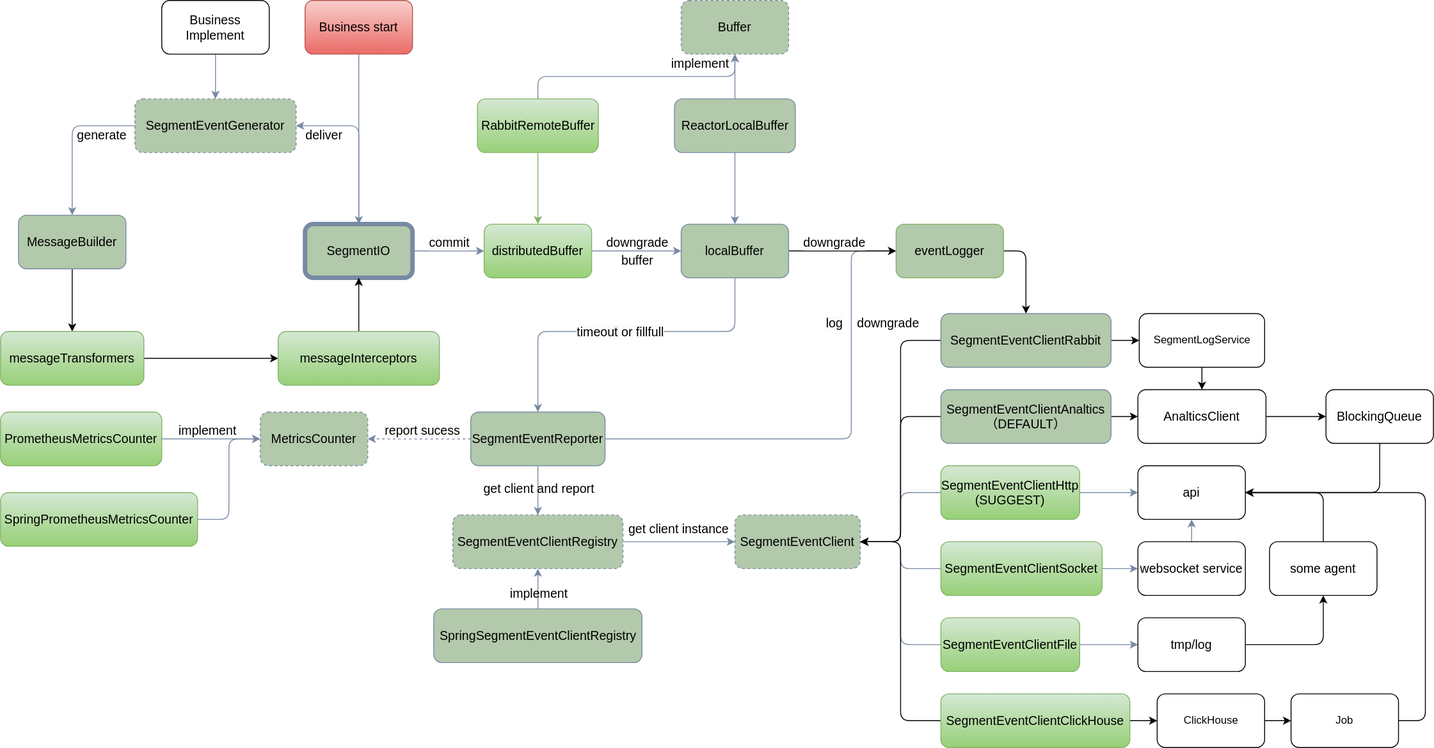
The draw.io diagram assets/SegmentEvent-V2.drawio.svg in sheldon-pacvue/segmenet-event, before a commit. Source tidied: cells renumbered, new cells last; positions are measured from the earlier drawing's top-left corner, leaving out a move shared by most shapes.
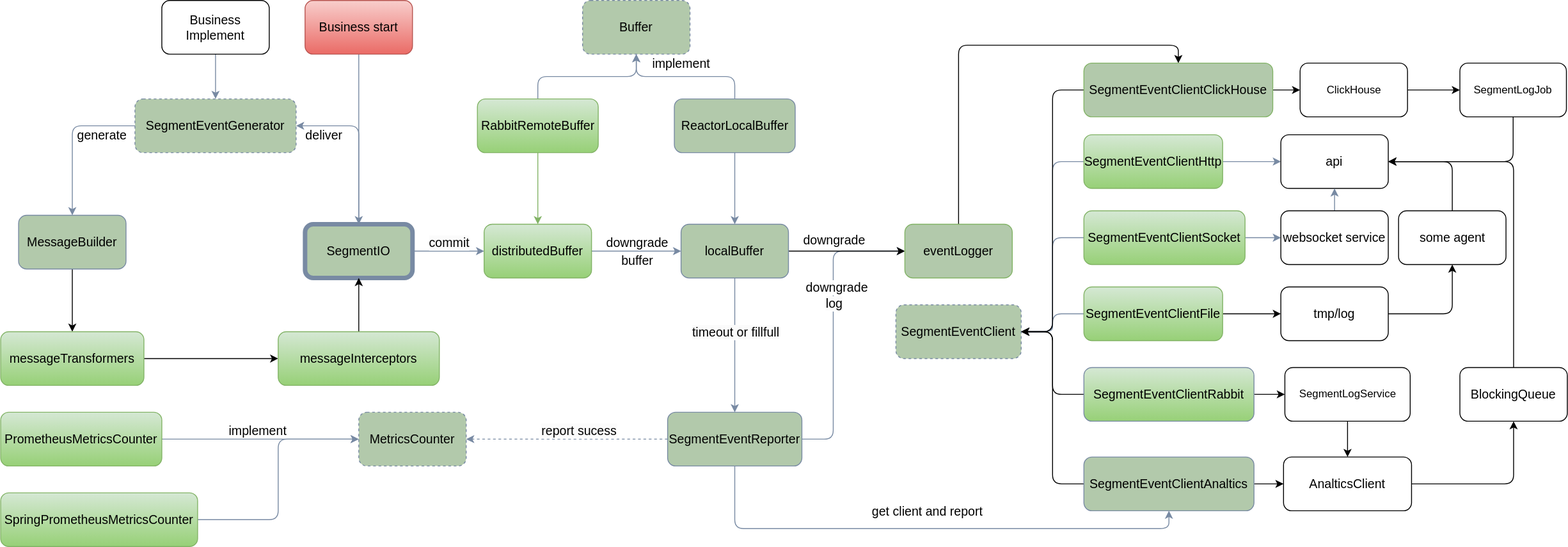
After the commit.

The edit, as a diff of the source:
```diff
@@ -31,4 +31,4 @@
         <Array as="points">
-          <mxPoint x="950" y="490" />
-          <mxPoint x="950" y="280" />
+          <mxPoint x="930" y="490" />
+          <mxPoint x="930" y="280" />
         </Array>
@@ -38,3 +38,3 @@
       <mxGeometry x="-0.47" y="2" relative="1" as="geometry">
-        <mxPoint x="114" y="-128" as="offset" />
+        <mxPoint x="2" y="-102" as="offset" />
       </mxGeometry>
@@ -43,14 +43,12 @@
       <mxGeometry x="-0.11" y="-4" relative="1" as="geometry">
-        <mxPoint x="78" y="-134" as="offset" />
+        <mxPoint x="-4" y="-114" as="offset" />
       </mxGeometry>
     </mxCell>
-    <mxCell id="11" style="edgeStyle=elbowEdgeStyle;rounded=1;jettySize=auto;html=1;entryX=0.5;entryY=0;entryDx=0;entryDy=0;elbow=vertical;labelBackgroundColor=none;strokeColor=#788AA3;fontColor=#000000;fontSize=14;" parent="1" edge="1" source="33" target="29">
-      <mxGeometry relative="1" as="geometry">
-        <Array as="points">
-          <mxPoint x="710" y="370" />
-        </Array>
-      </mxGeometry>
+    <mxCell id="11" style="edgeStyle=elbowEdgeStyle;rounded=1;jettySize=auto;html=1;entryX=0.5;entryY=0;entryDx=0;entryDy=0;elbow=vertical;labelBackgroundColor=none;strokeColor=#788AA3;fontColor=#000000;fontSize=14;exitX=0.5;exitY=1;exitDx=0;exitDy=0;" parent="1" edge="1" source="33" target="29">
+      <mxGeometry relative="1" as="geometry" />
     </mxCell>
     <mxCell id="12" value="&lt;span style=&quot;background-color: rgb(251, 251, 251);&quot;&gt;timeout or fillfull&lt;/span&gt;" style="edgeLabel;html=1;align=center;verticalAlign=middle;fontSize=14;fontColor=#000000;rounded=1;" parent="11" vertex="1">
-      <mxGeometry x="0.02" relative="1" as="geometry" />
+      <mxGeometry x="0.02" relative="1" as="geometry">
+        <mxPoint y="-17" as="offset" />
+      </mxGeometry>
     </mxCell>
@@ -102,5 +100,5 @@
     <mxCell id="26" value="Buffer" style="rounded=1;whiteSpace=wrap;html=1;strokeColor=#788AA3;fillColor=#B2C9AB;dashed=1;labelBackgroundColor=none;fontSize=14;fontColor=#000000;" parent="1" vertex="1">
-      <mxGeometry x="760" width="120" height="60" as="geometry" />
+      <mxGeometry x="650" width="120" height="60" as="geometry" />
     </mxCell>
-    <mxCell id="27" style="edgeStyle=orthogonalEdgeStyle;rounded=1;jettySize=auto;html=1;exitX=0.5;exitY=1;exitDx=0;exitDy=0;strokeColor=#788AA3;fontColor=#000000;fillColor=#B2C9AB;labelBackgroundColor=none;fontSize=14;" parent="1" edge="1" source="29" target="38">
+    <mxCell id="27" style="edgeStyle=orthogonalEdgeStyle;rounded=1;jettySize=auto;html=1;exitX=0.5;exitY=1;exitDx=0;exitDy=0;strokeColor=#788AA3;fontColor=#000000;fillColor=#B2C9AB;labelBackgroundColor=none;fontSize=14;entryX=0.5;entryY=1;entryDx=0;entryDy=0;" parent="1" edge="1" source="29" target="76">
       <mxGeometry relative="1" as="geometry" />
@@ -108,6 +106,8 @@
     <mxCell id="28" value="get client and report" style="edgeLabel;html=1;align=center;verticalAlign=middle;fontSize=14;rounded=1;labelBackgroundColor=none;fontColor=#000000;" parent="27" vertex="1">
-      <mxGeometry x="-0.09" relative="1" as="geometry" />
+      <mxGeometry x="-0.09" relative="1" as="geometry">
+        <mxPoint x="23" y="-20" as="offset" />
+      </mxGeometry>
     </mxCell>
     <mxCell id="29" value="SegmentEventReporter" style="rounded=1;whiteSpace=wrap;html=1;strokeColor=#788AA3;fillColor=#B2C9AB;labelBackgroundColor=none;fontSize=14;fontColor=#000000;" parent="1" vertex="1">
-      <mxGeometry x="525" y="460" width="150" height="60" as="geometry" />
+      <mxGeometry x="745" y="460" width="150" height="60" as="geometry" />
     </mxCell>
@@ -121,3 +121,3 @@
       <mxGeometry x="-0.26" relative="1" as="geometry">
-        <mxPoint x="5" y="-10" as="offset" />
+        <mxPoint x="5" y="40" as="offset" />
       </mxGeometry>
@@ -127,24 +127,4 @@
     </mxCell>
-    <mxCell id="34" style="edgeStyle=orthogonalEdgeStyle;rounded=1;jettySize=auto;html=1;strokeColor=#788AA3;fontColor=#000000;fillColor=#B2C9AB;entryX=0;entryY=0.5;entryDx=0;entryDy=0;labelBackgroundColor=none;fontSize=14;" parent="1" edge="1" source="38" target="40">
-      <mxGeometry relative="1" as="geometry" />
-    </mxCell>
-    <mxCell id="35" value="get client instance" style="edgeLabel;html=1;align=center;verticalAlign=middle;fontSize=14;rounded=1;labelBackgroundColor=none;fontColor=#000000;" parent="34" vertex="1">
-      <mxGeometry x="-0.42" y="-2" relative="1" as="geometry">
-        <mxPoint x="25" y="-17" as="offset" />
-      </mxGeometry>
-    </mxCell>
-    <mxCell id="36" style="edgeStyle=orthogonalEdgeStyle;rounded=1;jettySize=auto;html=1;entryX=0.5;entryY=1;entryDx=0;entryDy=0;strokeColor=#788AA3;fontColor=#000000;fillColor=#B2C9AB;labelBackgroundColor=none;fontSize=14;" parent="1" edge="1" source="39" target="38">
-      <mxGeometry relative="1" as="geometry" />
-    </mxCell>
-    <mxCell id="37" value="implement" style="edgeLabel;html=1;align=center;verticalAlign=middle;fontSize=14;rounded=1;labelBackgroundColor=none;fontColor=#000000;" parent="36" vertex="1">
-      <mxGeometry x="-0.2" relative="1" as="geometry" />
-    </mxCell>
-    <mxCell id="38" value="SegmentEventClientRegistry" style="rounded=1;whiteSpace=wrap;html=1;strokeColor=#788AA3;fillColor=#B2C9AB;dashed=1;labelBackgroundColor=none;fontSize=14;fontColor=#000000;" parent="1" vertex="1">
-      <mxGeometry x="505" y="575" width="190" height="60" as="geometry" />
-    </mxCell>
-    <mxCell id="39" value="SpringSegmentEventClientRegistry" style="rounded=1;whiteSpace=wrap;html=1;strokeColor=#788AA3;fillColor=#B2C9AB;labelBackgroundColor=none;fontSize=14;fontColor=#000000;" parent="1" vertex="1">
-      <mxGeometry x="483.8" y="680" width="232.5" height="60" as="geometry" />
-    </mxCell>
     <mxCell id="40" value="SegmentEventClient" style="rounded=1;whiteSpace=wrap;html=1;strokeColor=#788AA3;fillColor=#B2C9AB;dashed=1;labelBackgroundColor=none;fontSize=14;fontColor=#000000;" parent="1" vertex="1">
-      <mxGeometry x="820" y="575" width="140" height="60" as="geometry" />
+      <mxGeometry x="1000" y="340" width="140" height="60" as="geometry" />
     </mxCell>
@@ -156,7 +136,7 @@
     </mxCell>
-    <mxCell id="43" value="SegmentEventClientHttp&lt;br&gt;(SUGGEST)" style="rounded=1;whiteSpace=wrap;html=1;strokeColor=#82b366;fillColor=#d5e8d4;labelBackgroundColor=none;fontSize=14;gradientColor=#97d077;" parent="1" vertex="1">
-      <mxGeometry x="1050" y="520" width="155" height="60" as="geometry" />
+    <mxCell id="43" value="SegmentEventClientHttp" style="rounded=1;whiteSpace=wrap;html=1;strokeColor=#82b366;fillColor=#d5e8d4;labelBackgroundColor=none;fontSize=14;gradientColor=#97d077;" parent="1" vertex="1">
+      <mxGeometry x="1210" y="150" width="155" height="60" as="geometry" />
     </mxCell>
     <mxCell id="44" value="MetricsCounter" style="rounded=1;whiteSpace=wrap;html=1;strokeColor=#788AA3;fillColor=#B2C9AB;labelBackgroundColor=none;fontSize=14;dashed=1;fontColor=#000000;" parent="1" vertex="1">
-      <mxGeometry x="290" y="460" width="120" height="60" as="geometry" />
+      <mxGeometry x="400" y="460" width="120" height="60" as="geometry" />
     </mxCell>
@@ -168,3 +148,3 @@
     </mxCell>
-    <mxCell id="47" style="edgeStyle=orthogonalEdgeStyle;rounded=1;jettySize=auto;html=1;exitX=1;exitY=0.5;exitDx=0;exitDy=0;strokeColor=#788AA3;fontColor=#000000;fillColor=#B2C9AB;labelBackgroundColor=none;fontSize=14;" parent="1" edge="1" source="48" target="50">
+    <mxCell id="47" style="edgeStyle=orthogonalEdgeStyle;rounded=0;jettySize=auto;html=1;exitX=1;exitY=0.5;exitDx=0;exitDy=0;" parent="1" edge="1" source="48" target="50">
       <mxGeometry relative="1" as="geometry" />
@@ -172,3 +152,3 @@
     <mxCell id="48" value="SegmentEventClientFile" style="rounded=1;whiteSpace=wrap;html=1;strokeColor=#82b366;fillColor=#d5e8d4;labelBackgroundColor=none;fontSize=14;gradientColor=#97d077;" parent="1" vertex="1">
-      <mxGeometry x="1050" y="690" width="155" height="60" as="geometry" />
+      <mxGeometry x="1210" y="320" width="155" height="60" as="geometry" />
     </mxCell>
@@ -178,6 +158,6 @@
     <mxCell id="50" value="tmp/log" style="rounded=1;whiteSpace=wrap;html=1;labelBackgroundColor=none;fontSize=14;fillColor=none;" parent="1" vertex="1">
-      <mxGeometry x="1270" y="690" width="120" height="60" as="geometry" />
+      <mxGeometry x="1430" y="320" width="120" height="60" as="geometry" />
     </mxCell>
     <mxCell id="51" value="api" style="rounded=1;whiteSpace=wrap;html=1;labelBackgroundColor=none;fontSize=14;fillColor=none;" parent="1" vertex="1">
-      <mxGeometry x="1270" y="520" width="120" height="60" as="geometry" />
+      <mxGeometry x="1430" y="150" width="120" height="60" as="geometry" />
     </mxCell>
@@ -187,3 +167,3 @@
     <mxCell id="53" value="SegmentEventClientSocket" style="rounded=1;whiteSpace=wrap;html=1;strokeColor=#82b366;fillColor=#d5e8d4;labelBackgroundColor=none;fontSize=14;gradientColor=#97d077;" parent="1" vertex="1">
-      <mxGeometry x="1050" y="605" width="180" height="60" as="geometry" />
+      <mxGeometry x="1210" y="235" width="180" height="60" as="geometry" />
     </mxCell>
@@ -197,3 +177,3 @@
       <mxGeometry x="0.31" relative="1" as="geometry">
-        <mxPoint x="29" y="-15" as="offset" />
+        <mxPoint x="80" y="-15" as="offset" />
       </mxGeometry>
@@ -232,3 +212,3 @@
     </mxCell>
-    <mxCell id="67" style="edgeStyle=orthogonalEdgeStyle;rounded=1;jettySize=auto;html=1;exitX=1;exitY=0.5;exitDx=0;exitDy=0;" parent="1" edge="1" source="68" target="88">
+    <mxCell id="67" style="edgeStyle=orthogonalEdgeStyle;rounded=1;jettySize=auto;html=1;exitX=0.5;exitY=0;exitDx=0;exitDy=0;entryX=0.5;entryY=0;entryDx=0;entryDy=0;" parent="1" edge="1" source="68" target="91">
       <mxGeometry relative="1" as="geometry" />
@@ -236,3 +216,3 @@
     <mxCell id="68" value="eventLogger" style="rounded=1;whiteSpace=wrap;html=1;strokeColor=#82b366;fillColor=#B2C9AB;labelBackgroundColor=none;fontSize=14;gradientColor=none;" parent="1" vertex="1">
-      <mxGeometry x="1000" y="250" width="120" height="60" as="geometry" />
+      <mxGeometry x="1010" y="250" width="120" height="60" as="geometry" />
     </mxCell>
@@ -242,3 +222,3 @@
     <mxCell id="70" value="websocket service" style="rounded=1;whiteSpace=wrap;html=1;fontSize=14;labelBackgroundColor=none;fillColor=none;" parent="1" vertex="1">
-      <mxGeometry x="1270" y="605" width="120" height="60" as="geometry" />
+      <mxGeometry x="1430" y="235" width="120" height="60" as="geometry" />
     </mxCell>
@@ -253,3 +233,3 @@
     <mxCell id="73" value="some agent" style="rounded=1;whiteSpace=wrap;html=1;labelBackgroundColor=none;fontSize=14;fillColor=none;" parent="1" vertex="1">
-      <mxGeometry x="1417" y="605" width="120" height="60" as="geometry" />
+      <mxGeometry x="1561.5" y="235" width="120" height="60" as="geometry" />
     </mxCell>
@@ -261,4 +241,4 @@
     </mxCell>
-    <mxCell id="76" value="SegmentEventClientAnaltics&lt;br&gt;（DEFAULT）" style="rounded=1;whiteSpace=wrap;html=1;strokeColor=#788AA3;fillColor=#B2C9AB;labelBackgroundColor=none;fontSize=14;fontColor=#000000;" parent="1" vertex="1">
-      <mxGeometry x="1050" y="435" width="190" height="60" as="geometry" />
+    <mxCell id="76" value="SegmentEventClientAnaltics" style="rounded=1;whiteSpace=wrap;html=1;strokeColor=#788AA3;fillColor=#B2C9AB;labelBackgroundColor=none;fontSize=14;fontColor=#000000;" parent="1" vertex="1">
+      <mxGeometry x="1210" y="510" width="190" height="60" as="geometry" />
     </mxCell>
@@ -268,5 +248,5 @@
     <mxCell id="78" value="AnalticsClient" style="rounded=1;whiteSpace=wrap;html=1;fillColor=none;labelBackgroundColor=none;fontSize=14;" parent="1" vertex="1">
-      <mxGeometry x="1270" y="435" width="143" height="60" as="geometry" />
+      <mxGeometry x="1433" y="510" width="143" height="60" as="geometry" />
     </mxCell>
-    <mxCell id="79" style="edgeStyle=orthogonalEdgeStyle;rounded=1;jettySize=auto;html=1;exitX=0.5;exitY=1;exitDx=0;exitDy=0;entryX=1;entryY=0.5;entryDx=0;entryDy=0;" parent="1" edge="1" source="80" target="51">
+    <mxCell id="79" style="edgeStyle=orthogonalEdgeStyle;rounded=1;jettySize=auto;html=1;exitX=0.5;exitY=0;exitDx=0;exitDy=0;entryX=1;entryY=0.5;entryDx=0;entryDy=0;" parent="1" edge="1" source="80" target="51">
       <mxGeometry relative="1" as="geometry" />
@@ -274,5 +254,5 @@
     <mxCell id="80" value="BlockingQueue" style="rounded=1;whiteSpace=wrap;html=1;labelBackgroundColor=none;fontSize=14;fillColor=none;" parent="1" vertex="1">
-      <mxGeometry x="1480" y="435" width="120" height="60" as="geometry" />
+      <mxGeometry x="1630" y="410" width="120" height="60" as="geometry" />
     </mxCell>
-    <mxCell id="81" style="edgeStyle=orthogonalEdgeStyle;rounded=1;jettySize=auto;html=1;entryX=0.5;entryY=0;entryDx=0;entryDy=0;" parent="1" edge="1" source="82" target="78">
+    <mxCell id="81" style="edgeStyle=orthogonalEdgeStyle;rounded=0;jettySize=auto;html=1;exitX=0.5;exitY=1;exitDx=0;exitDy=0;" parent="1" edge="1" source="82" target="78">
       <mxGeometry relative="1" as="geometry" />
@@ -280,3 +260,3 @@
     <mxCell id="82" value="SegmentLogService" style="rounded=1;whiteSpace=wrap;html=1;" parent="1" vertex="1">
-      <mxGeometry x="1271.5" y="350" width="140" height="60" as="geometry" />
+      <mxGeometry x="1434.5" y="410" width="140" height="60" as="geometry" />
     </mxCell>
@@ -297,4 +277,4 @@
     </mxCell>
-    <mxCell id="88" value="SegmentEventClientRabbit" style="rounded=1;whiteSpace=wrap;html=1;strokeColor=#788AA3;fillColor=#B2C9AB;labelBackgroundColor=none;fontSize=14;fontColor=#000000;" parent="1" vertex="1">
-      <mxGeometry x="1050" y="350" width="190" height="60" as="geometry" />
+    <mxCell id="88" value="SegmentEventClientRabbit" style="rounded=1;whiteSpace=wrap;html=1;strokeColor=#788AA3;fillColor=#D5E8D4;labelBackgroundColor=none;fontSize=14;fontColor=#000000;gradientColor=#97D077;" parent="1" vertex="1">
+      <mxGeometry x="1210" y="410" width="190" height="60" as="geometry" />
     </mxCell>
@@ -306,4 +286,4 @@
     </mxCell>
-    <mxCell id="91" value="SegmentEventClientClickHouse" style="rounded=1;whiteSpace=wrap;html=1;strokeColor=#82b366;fillColor=#d5e8d4;labelBackgroundColor=none;fontSize=14;gradientColor=#97d077;" parent="1" vertex="1">
-      <mxGeometry x="1050" y="775" width="211" height="60" as="geometry" />
+    <mxCell id="91" value="SegmentEventClientClickHouse" style="rounded=1;whiteSpace=wrap;html=1;strokeColor=#82b366;fillColor=#B2C9AB;labelBackgroundColor=none;fontSize=14;gradientColor=none;" parent="1" vertex="1">
+      <mxGeometry x="1210" y="70" width="211" height="60" as="geometry" />
     </mxCell>
@@ -313,14 +293,9 @@
     <mxCell id="93" value="ClickHouse" style="rounded=1;whiteSpace=wrap;html=1;" parent="1" vertex="1">
-      <mxGeometry x="1291.5" y="775" width="120" height="60" as="geometry" />
+      <mxGeometry x="1451.5" y="70" width="120" height="60" as="geometry" />
     </mxCell>
-    <mxCell id="94" style="edgeStyle=orthogonalEdgeStyle;rounded=1;jettySize=auto;html=1;entryX=1;entryY=0.5;entryDx=0;entryDy=0;" parent="1" edge="1" source="95" target="51">
-      <mxGeometry relative="1" as="geometry">
-        <Array as="points">
-          <mxPoint x="1591" y="805" />
-          <mxPoint x="1591" y="550" />
-        </Array>
-      </mxGeometry>
+    <mxCell id="94" style="edgeStyle=orthogonalEdgeStyle;rounded=1;jettySize=auto;html=1;entryX=1;entryY=0.5;entryDx=0;entryDy=0;exitX=0.5;exitY=1;exitDx=0;exitDy=0;" parent="1" edge="1" source="95" target="51">
+      <mxGeometry relative="1" as="geometry" />
     </mxCell>
-    <mxCell id="95" value="Job" style="rounded=1;whiteSpace=wrap;html=1;" parent="1" vertex="1">
-      <mxGeometry x="1441" y="775" width="120" height="60" as="geometry" />
+    <mxCell id="95" value="SegmentLogJob" style="rounded=1;whiteSpace=wrap;html=1;" parent="1" vertex="1">
+      <mxGeometry x="1630" y="70" width="119" height="60" as="geometry" />
     </mxCell>
```
